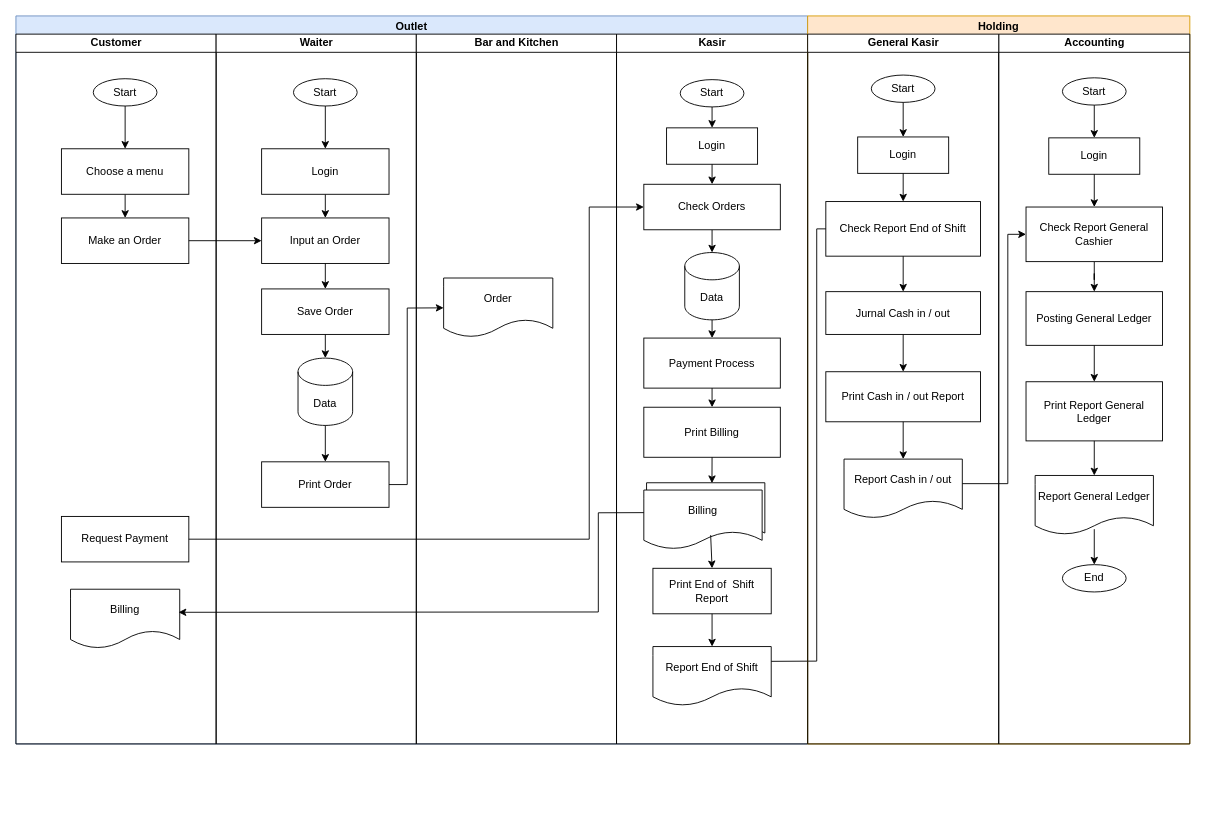
The draw.io diagram page "Halaman-2" (2 of 2) of Untitled Diagram.drawio in andizdn13/dokumen-project, before the edit. Source tidied: cells renumbered, new cells numbered last; positions are measured from the earlier drawing's top-left corner, leaving out a move shared by most shapes. Both pictures are drawn from the tidied source at 91%, with x=0, y=0 at pixel (15, 15).
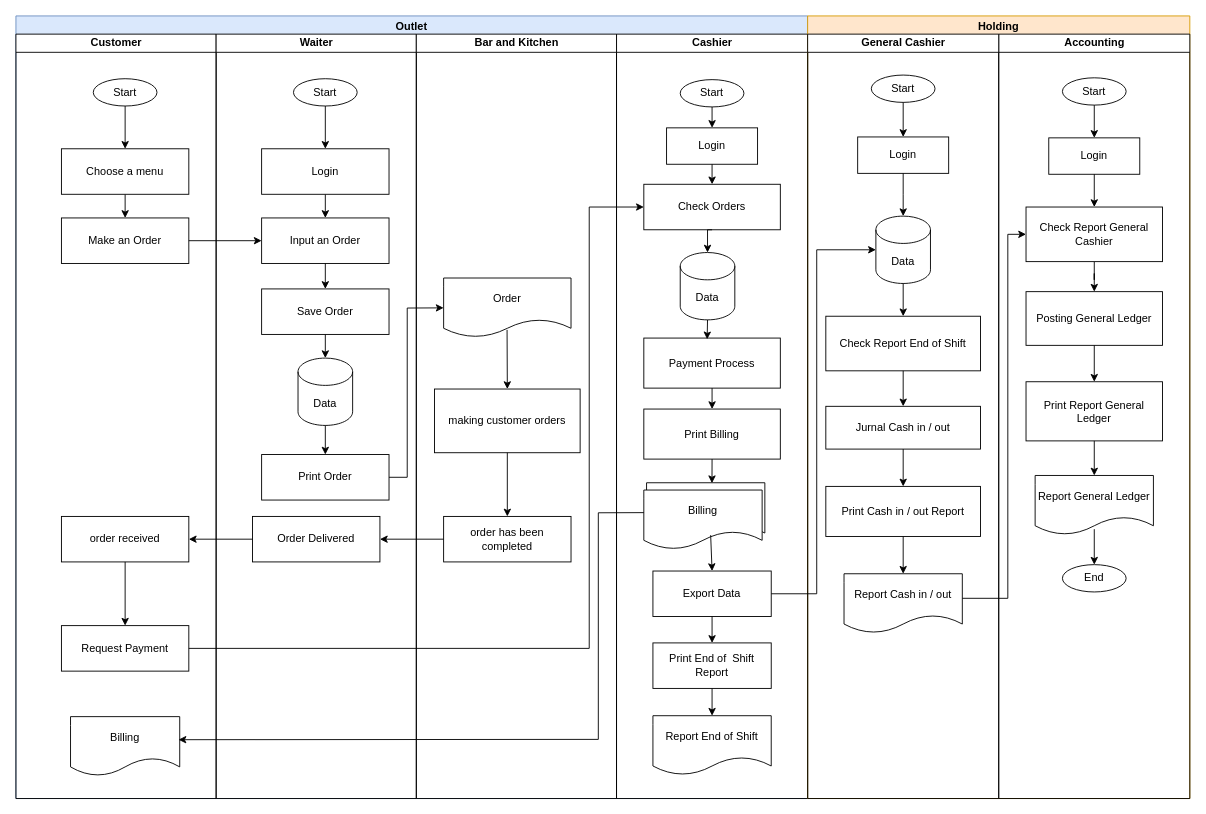
After the change.

The change refers to these unchanged cells:
```xml
<mxCell id="16" value="&lt;span lang=&quot;en&quot; class=&quot;HwtZe&quot;&gt;&lt;span class=&quot;jCAhz JxVs2d ChMk0b&quot;&gt;&lt;span class=&quot;ryNqvb&quot;&gt;Check Orders&lt;/span&gt;&lt;/span&gt;&lt;/span&gt;" style="rounded=0;whiteSpace=wrap;html=1;strokeWidth=1;" parent="11" vertex="1">
  <mxGeometry x="30" y="165" width="150" height="50" as="geometry" />
</mxCell>
<mxCell id="18" value="&lt;span lang=&quot;en&quot; class=&quot;HwtZe&quot;&gt;&lt;span class=&quot;jCAhz JxVs2d ChMk0b&quot;&gt;&lt;span class=&quot;ryNqvb&quot;&gt;Payment Process&lt;/span&gt;&lt;/span&gt;&lt;/span&gt;" style="rounded=0;whiteSpace=wrap;html=1;strokeWidth=1;" parent="11" vertex="1">
  <mxGeometry x="30" y="334" width="150" height="55" as="geometry" />
</mxCell>
<mxCell id="23" value="Billing" style="shape=document;whiteSpace=wrap;html=1;boundedLbl=1;" parent="11" vertex="1">
  <mxGeometry x="30" y="501" width="130" height="65" as="geometry" />
</mxCell>
<mxCell id="55" value="Check Report General Cashier" style="rounded=0;whiteSpace=wrap;html=1;strokeWidth=1;" parent="51" vertex="1">
  <mxGeometry x="30" y="190" width="150" height="60" as="geometry" />
</mxCell>
<mxCell id="67" value="Login" style="rounded=0;whiteSpace=wrap;html=1;strokeWidth=1;" parent="63" vertex="1">
  <mxGeometry x="55" y="113" width="100" height="40" as="geometry" />
</mxCell>
```

The edit, as a diff of the source:
```diff
@@
     <mxCell id="2" value="Outlet" style="swimlane;fillColor=#dae8fc;strokeColor=#6c8ebf;" parent="1" vertex="1">
-      <mxGeometry width="870" height="800" as="geometry" />
+      <mxGeometry width="870" height="860" as="geometry" />
     </mxCell>
     <mxCell id="3" value="Customer" style="swimlane;html=1;startSize=20;" parent="2" vertex="1">
-      <mxGeometry y="20" width="220" height="780" as="geometry" />
+      <mxGeometry y="20" width="220" height="840" as="geometry" />
     </mxCell>
@@
     <mxCell id="8" value="Billing" style="shape=document;whiteSpace=wrap;html=1;boundedLbl=1;" parent="3" vertex="1">
-      <mxGeometry x="60" y="610" width="120" height="65" as="geometry" />
+      <mxGeometry x="60" y="750" width="120" height="65" as="geometry" />
     </mxCell>
@@
     <mxCell id="10" value="&lt;span lang=&quot;en&quot; class=&quot;HwtZe&quot;&gt;&lt;span class=&quot;jCAhz JxVs2d ChMk0b&quot;&gt;&lt;span class=&quot;ryNqvb&quot;&gt;Request Payment&lt;/span&gt;&lt;/span&gt;&lt;/span&gt;" style="rounded=0;whiteSpace=wrap;html=1;strokeWidth=1;" parent="3" vertex="1">
-      <mxGeometry x="50" y="530" width="140" height="50" as="geometry" />
+      <mxGeometry x="50" y="650" width="140" height="50" as="geometry" />
     </mxCell>
+    <mxCell id="78" value="&lt;span lang=&quot;en&quot; class=&quot;HwtZe&quot;&gt;&lt;span class=&quot;jCAhz JxVs2d ChMk0b&quot;&gt;&lt;span class=&quot;ryNqvb&quot;&gt;order received&lt;/span&gt;&lt;/span&gt;&lt;/span&gt;" style="rounded=0;whiteSpace=wrap;html=1;strokeWidth=1;" parent="3" vertex="1">
+      <mxGeometry x="50" y="530" width="140" height="50" as="geometry" />
+    </mxCell>
+    <mxCell id="79" style="endArrow=classic;html=1;rounded=0;" parent="3" edge="1" target="10">
+      <mxGeometry relative="1" as="geometry">
+        <mxPoint x="120" y="580" as="sourcePoint" />
+      </mxGeometry>
+    </mxCell>
-    <mxCell id="11" value="Kasir" style="swimlane;html=1;startSize=20;" parent="2" vertex="1">
-      <mxGeometry x="660" y="20" width="210" height="780" as="geometry" />
+    <mxCell id="11" value="&lt;span lang=&quot;en&quot; class=&quot;HwtZe&quot;&gt;&lt;span class=&quot;jCAhz JxVs2d JpY6Fd&quot;&gt;&lt;span class=&quot;ryNqvb&quot;&gt;Cashier&lt;/span&gt;&lt;/span&gt;&lt;/span&gt;" style="swimlane;html=1;startSize=20;" parent="2" vertex="1">
+      <mxGeometry x="660" y="20" width="210" height="840" as="geometry" />
     </mxCell>
@@
-    <mxCell id="13" style="edgeStyle=orthogonalEdgeStyle;rounded=0;jettySize=auto;html=1;exitX=0.5;exitY=1;exitDx=0;exitDy=0;entryX=0.5;entryY=0;entryDx=0;entryDy=0;entryPerimeter=0;" parent="11" edge="1" source="16" target="28">
-      <mxGeometry relative="1" as="geometry" />
-    </mxCell>
@@
     <mxCell id="19" value="Print Billing" style="rounded=0;whiteSpace=wrap;html=1;strokeWidth=1;" parent="11" vertex="1">
-      <mxGeometry x="30" y="410" width="150" height="55" as="geometry" />
+      <mxGeometry x="30" y="412" width="150" height="55" as="geometry" />
     </mxCell>
@@
     <mxCell id="24" value="Print End of&amp;nbsp; Shift Report" style="rounded=0;whiteSpace=wrap;html=1;strokeWidth=1;" parent="11" vertex="1">
-      <mxGeometry x="40" y="587" width="130" height="50" as="geometry" />
+      <mxGeometry x="40" y="669" width="130" height="50" as="geometry" />
     </mxCell>
-    <mxCell id="25" style="endArrow=classic;html=1;rounded=0;exitX=0.565;exitY=0.763;exitDx=0;exitDy=0;exitPerimeter=0;entryX=0.5;entryY=0;entryDx=0;entryDy=0;" parent="11" edge="1" source="23" target="24">
-      <mxGeometry relative="1" as="geometry" />
+    <mxCell id="25" style="endArrow=classic;html=1;rounded=0;exitX=0.565;exitY=0.763;exitDx=0;exitDy=0;exitPerimeter=0;" parent="11" edge="1" source="23">
+      <mxGeometry relative="1" as="geometry">
+        <mxPoint x="105" y="590" as="targetPoint" />
+      </mxGeometry>
     </mxCell>
     <mxCell id="26" value="Report End of Shift" style="shape=document;whiteSpace=wrap;html=1;boundedLbl=1;" parent="11" vertex="1">
-      <mxGeometry x="40" y="673" width="130" height="65" as="geometry" />
+      <mxGeometry x="40" y="749" width="130" height="65" as="geometry" />
     </mxCell>
@@
     <mxCell id="28" value="Data" style="shape=cylinder3;whiteSpace=wrap;html=1;boundedLbl=1;backgroundOutline=1;size=15;" parent="11" vertex="1">
-      <mxGeometry x="75" y="240" width="60" height="74" as="geometry" />
+      <mxGeometry x="70" y="240" width="60" height="74" as="geometry" />
     </mxCell>
+    <mxCell id="13" style="edgeStyle=orthogonalEdgeStyle;rounded=0;jettySize=auto;html=1;exitX=0.5;exitY=1;exitDx=0;exitDy=0;entryX=0.5;entryY=0;entryDx=0;entryDy=0;entryPerimeter=0;" parent="11" edge="1" source="16" target="28">
+      <mxGeometry relative="1" as="geometry" />
+    </mxCell>
-    <mxCell id="29" style="endArrow=classic;html=1;rounded=0;exitX=0.5;exitY=1;exitDx=0;exitDy=0;exitPerimeter=0;" parent="11" edge="1" source="28" target="18">
+    <mxCell id="29" style="endArrow=classic;html=1;rounded=0;exitX=0.5;exitY=1;exitDx=0;exitDy=0;exitPerimeter=0;entryX=0.464;entryY=0.025;entryDx=0;entryDy=0;entryPerimeter=0;" parent="11" edge="1" source="28" target="18">
       <mxGeometry relative="1" as="geometry" />
     </mxCell>
-    <mxCell id="30" style="endArrow=classic;html=1;rounded=0;exitX=1;exitY=0.25;exitDx=0;exitDy=0;entryX=0;entryY=0.5;entryDx=0;entryDy=0;" parent="2" edge="1" source="26">
-      <mxGeometry relative="1" as="geometry">
-        <mxPoint x="949" y="234" as="targetPoint" />
-        <Array as="points">
-          <mxPoint x="880" y="709" />
-          <mxPoint x="880" y="234" />
-        </Array>
-      </mxGeometry>
-    </mxCell>
+    <mxCell id="80" value="Export Data " style="rounded=0;whiteSpace=wrap;html=1;strokeWidth=1;" parent="11" vertex="1">
+      <mxGeometry x="40" y="590" width="130" height="50" as="geometry" />
+    </mxCell>
+    <mxCell id="81" style="endArrow=classic;html=1;rounded=0;exitX=0.5;exitY=1;exitDx=0;exitDy=0;entryX=0.5;entryY=0;entryDx=0;entryDy=0;" parent="11" edge="1" source="80" target="24">
+      <mxGeometry relative="1" as="geometry" />
+    </mxCell>
     <mxCell id="31" style="endArrow=classic;html=1;rounded=0;exitX=0;exitY=0.382;exitDx=0;exitDy=0;exitPerimeter=0;entryX=0.989;entryY=0.39;entryDx=0;entryDy=0;entryPerimeter=0;" parent="2" edge="1" source="23" target="8">
       <mxGeometry relative="1" as="geometry">
         <Array as="points">
           <mxPoint x="640" y="546" />
-          <mxPoint x="640" y="655" />
+          <mxPoint x="640" y="795" />
         </Array>
       </mxGeometry>
     </mxCell>
@@
     <mxCell id="33" value="Waiter" style="swimlane;html=1;startSize=20;" parent="2" vertex="1">
-      <mxGeometry x="220" y="20" width="220" height="780" as="geometry" />
+      <mxGeometry x="220" y="20" width="220" height="840" as="geometry" />
     </mxCell>
@@
     <mxCell id="40" value="Print Order" style="rounded=0;whiteSpace=wrap;html=1;strokeWidth=1;" parent="33" vertex="1">
-      <mxGeometry x="50" y="470" width="140" height="50" as="geometry" />
+      <mxGeometry x="50" y="462" width="140" height="50" as="geometry" />
     </mxCell>
@@
+    <mxCell id="82" style="endArrow=classic;html=1;rounded=0;exitX=0;exitY=0.5;exitDx=0;exitDy=0;entryX=1;entryY=0.5;entryDx=0;entryDy=0;" parent="33" edge="1" target="84">
+      <mxGeometry relative="1" as="geometry">
+        <mxPoint x="380" y="555" as="sourcePoint" />
+      </mxGeometry>
+    </mxCell>
+    <mxCell id="83" style="endArrow=classic;html=1;rounded=0;exitX=0;exitY=0.5;exitDx=0;exitDy=0;entryX=1;entryY=0.5;entryDx=0;entryDy=0;" parent="33" edge="1" source="84">
+      <mxGeometry relative="1" as="geometry">
+        <mxPoint x="100" y="555" as="targetPoint" />
+      </mxGeometry>
+    </mxCell>
+    <mxCell id="84" value="Order Delivered" style="rounded=0;whiteSpace=wrap;html=1;strokeWidth=1;" parent="33" vertex="1">
+      <mxGeometry x="40" y="530" width="140" height="50" as="geometry" />
+    </mxCell>
     <mxCell id="45" value="Bar and Kitchen" style="swimlane;html=1;startSize=20;" parent="2" vertex="1">
-      <mxGeometry x="440" y="20" width="220" height="780" as="geometry" />
+      <mxGeometry x="440" y="20" width="220" height="840" as="geometry" />
     </mxCell>
@@
     <mxCell id="47" value="Order" style="shape=document;whiteSpace=wrap;html=1;boundedLbl=1;" parent="45" vertex="1">
-      <mxGeometry x="30" y="268" width="120" height="65" as="geometry" />
+      <mxGeometry x="30" y="268" width="140" height="65" as="geometry" />
     </mxCell>
+    <mxCell id="85" value="&lt;span lang=&quot;en&quot; class=&quot;HwtZe&quot;&gt;&lt;span class=&quot;jCAhz JxVs2d ChMk0b&quot;&gt;&lt;span class=&quot;ryNqvb&quot;&gt;making customer orders&lt;/span&gt;&lt;/span&gt;&lt;/span&gt;" style="rounded=0;whiteSpace=wrap;html=1;strokeWidth=1;" parent="45" vertex="1">
+      <mxGeometry x="20" y="390" width="160" height="70" as="geometry" />
+    </mxCell>
+    <mxCell id="86" value="&lt;span lang=&quot;en&quot; class=&quot;HwtZe&quot;&gt;&lt;span class=&quot;jCAhz JxVs2d ChMk0b&quot;&gt;&lt;span class=&quot;ryNqvb&quot;&gt;order has been completed&lt;/span&gt;&lt;/span&gt;&lt;/span&gt;" style="rounded=0;whiteSpace=wrap;html=1;strokeWidth=1;" parent="45" vertex="1">
+      <mxGeometry x="30" y="530" width="140" height="50" as="geometry" />
+    </mxCell>
+    <mxCell id="87" style="endArrow=classic;html=1;rounded=0;exitX=0.498;exitY=0.877;exitDx=0;exitDy=0;exitPerimeter=0;entryX=0.5;entryY=0;entryDx=0;entryDy=0;" parent="45" edge="1" source="47" target="85">
+      <mxGeometry relative="1" as="geometry" />
+    </mxCell>
+    <mxCell id="88" style="endArrow=classic;html=1;rounded=0;entryX=0.5;entryY=0;entryDx=0;entryDy=0;exitX=0.5;exitY=1;exitDx=0;exitDy=0;" parent="45" edge="1" source="85" target="86">
+      <mxGeometry relative="1" as="geometry" />
+    </mxCell>
     <mxCell id="48" style="endArrow=classic;html=1;rounded=0;exitX=1;exitY=0.5;exitDx=0;exitDy=0;entryX=0;entryY=0.5;entryDx=0;entryDy=0;" parent="2" edge="1" source="10" target="16">
       <mxGeometry relative="1" as="geometry">
         <Array as="points">
-          <mxPoint x="630" y="575" />
+          <mxPoint x="630" y="695" />
           <mxPoint x="630" y="210" />
         </Array>
       </mxGeometry>
     </mxCell>
     <mxCell id="49" style="endArrow=classic;html=1;rounded=0;exitX=1;exitY=0.5;exitDx=0;exitDy=0;" parent="2" edge="1" source="40" target="47">
       <mxGeometry relative="1" as="geometry">
         <Array as="points">
-          <mxPoint x="430" y="515" />
+          <mxPoint x="430" y="507" />
           <mxPoint x="430" y="321" />
         </Array>
       </mxGeometry>
     </mxCell>
+    <mxCell id="89" style="endArrow=classic;html=1;rounded=0;exitX=0;exitY=0.5;exitDx=0;exitDy=0;entryX=1;entryY=0.5;entryDx=0;entryDy=0;" parent="2" edge="1" source="84" target="78">
+      <mxGeometry relative="1" as="geometry" />
+    </mxCell>
     <mxCell id="50" value="Holding" style="swimlane;whiteSpace=wrap;html=1;fillColor=#ffe6cc;strokeColor=#d79b00;" parent="1" vertex="1">
-      <mxGeometry x="870" width="420" height="800" as="geometry" />
+      <mxGeometry x="870" width="420" height="860" as="geometry" />
     </mxCell>
     <mxCell id="51" value="Accounting" style="swimlane;html=1;startSize=20;" parent="50" vertex="1">
-      <mxGeometry x="210" y="20" width="210" height="780" as="geometry" />
+      <mxGeometry x="210" y="20" width="210" height="840" as="geometry" />
     </mxCell>
@@
-    <mxCell id="63" value="General Kasir" style="swimlane;html=1;startSize=20;" parent="50" vertex="1">
-      <mxGeometry y="20" width="210" height="780" as="geometry" />
+    <mxCell id="63" value="General &lt;span lang=&quot;en&quot; class=&quot;HwtZe&quot;&gt;&lt;span class=&quot;jCAhz JxVs2d JpY6Fd&quot;&gt;&lt;span class=&quot;ryNqvb&quot;&gt;Cashier&lt;/span&gt;&lt;/span&gt;&lt;/span&gt;" style="swimlane;html=1;startSize=20;" parent="50" vertex="1">
+      <mxGeometry y="20" width="210" height="840" as="geometry" />
     </mxCell>
     <mxCell id="64" value="Check Report End of Shift " style="rounded=0;whiteSpace=wrap;html=1;strokeWidth=1;" parent="63" vertex="1">
-      <mxGeometry x="20" y="184" width="170" height="60" as="geometry" />
+      <mxGeometry x="20" y="310" width="170" height="60" as="geometry" />
     </mxCell>
@@
-    <mxCell id="68" style="edgeStyle=orthogonalEdgeStyle;rounded=0;jettySize=auto;html=1;entryX=0.5;entryY=0;entryDx=0;entryDy=0;exitX=0.5;exitY=1;exitDx=0;exitDy=0;" parent="63" edge="1" source="67" target="64">
-      <mxGeometry relative="1" as="geometry" />
+    <mxCell id="68" style="edgeStyle=orthogonalEdgeStyle;rounded=0;jettySize=auto;html=1;exitX=0.5;exitY=1;exitDx=0;exitDy=0;" parent="63" edge="1" source="67">
+      <mxGeometry relative="1" as="geometry">
+        <mxPoint x="105" y="200" as="targetPoint" />
+      </mxGeometry>
     </mxCell>
     <mxCell id="69" value="Report Cash in / out" style="shape=document;whiteSpace=wrap;html=1;boundedLbl=1;" parent="63" vertex="1">
-      <mxGeometry x="40" y="467" width="130" height="65" as="geometry" />
+      <mxGeometry x="40" y="593" width="130" height="65" as="geometry" />
     </mxCell>
     <mxCell id="70" value="Jurnal Cash in / out" style="rounded=0;whiteSpace=wrap;html=1;strokeWidth=1;" parent="63" vertex="1">
-      <mxGeometry x="20" y="283" width="170" height="47" as="geometry" />
+      <mxGeometry x="20" y="409" width="170" height="47" as="geometry" />
     </mxCell>
@@
     <mxCell id="73" value="Print Cash in / out Report" style="rounded=0;whiteSpace=wrap;html=1;strokeWidth=1;" parent="63" vertex="1">
-      <mxGeometry x="20" y="371" width="170" height="55" as="geometry" />
+      <mxGeometry x="20" y="497" width="170" height="55" as="geometry" />
     </mxCell>
@@
+    <mxCell id="90" value="Data" style="shape=cylinder3;whiteSpace=wrap;html=1;boundedLbl=1;backgroundOutline=1;size=15;" parent="63" vertex="1">
+      <mxGeometry x="75" y="200" width="60" height="74" as="geometry" />
+    </mxCell>
+    <mxCell id="91" style="endArrow=classic;html=1;rounded=0;entryX=0.5;entryY=0;entryDx=0;entryDy=0;exitX=0.5;exitY=1;exitDx=0;exitDy=0;exitPerimeter=0;" parent="63" edge="1" source="90" target="64">
+      <mxGeometry relative="1" as="geometry" />
+    </mxCell>
     <mxCell id="75" style="endArrow=classic;html=1;rounded=0;entryX=0;entryY=0.5;entryDx=0;entryDy=0;exitX=1;exitY=0.415;exitDx=0;exitDy=0;exitPerimeter=0;" parent="50" edge="1" source="69" target="55">
       <mxGeometry relative="1" as="geometry">
         <Array as="points">
-          <mxPoint x="220" y="514" />
+          <mxPoint x="220" y="640" />
           <mxPoint x="220" y="240" />
         </Array>
       </mxGeometry>
     </mxCell>
@@
+    <mxCell id="30" style="endArrow=classic;html=1;rounded=0;entryX=0;entryY=0.5;entryDx=0;entryDy=0;entryPerimeter=0;exitX=1;exitY=0.5;exitDx=0;exitDy=0;" parent="1" edge="1" source="80" target="90">
+      <mxGeometry relative="1" as="geometry">
+        <Array as="points">
+          <mxPoint x="880" y="635" />
+          <mxPoint x="880" y="257" />
+        </Array>
+      </mxGeometry>
+    </mxCell>
```
